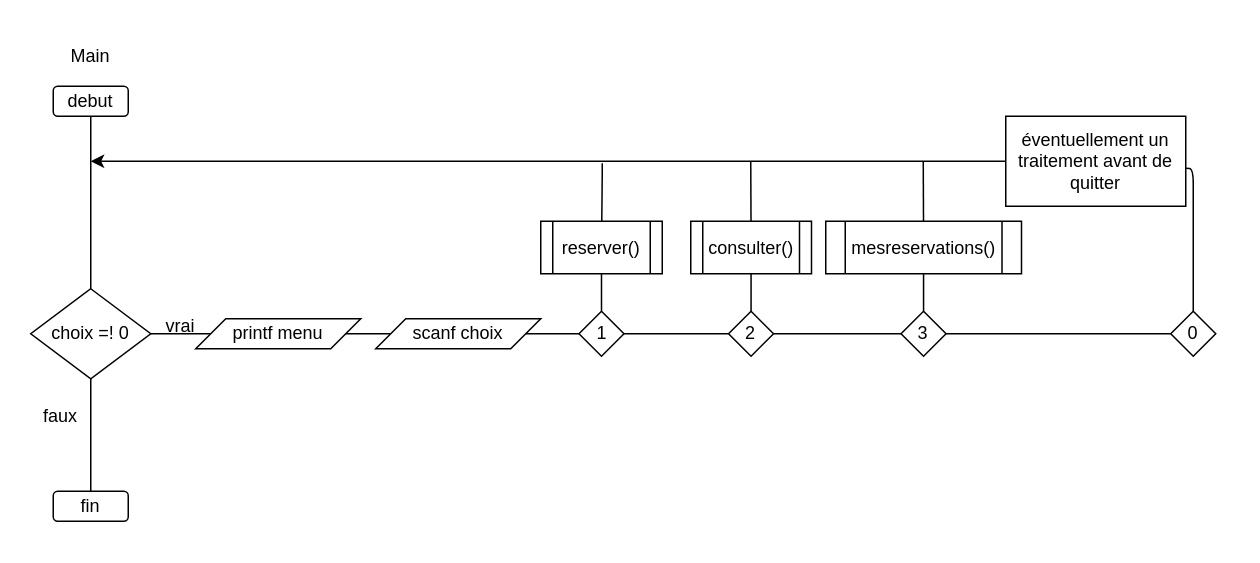
The draw.io diagram page "main" (1 of 3) of diagrammes/main.drawio in Ropzt/reservation, before the edit. Source tidied: cells renumbered, new cells numbered last; positions are measured from the earlier drawing's top-left corner, leaving out a move shared by most shapes. Both pictures are drawn from the tidied source at 150%, with x=0, y=0 at pixel (30, 40).
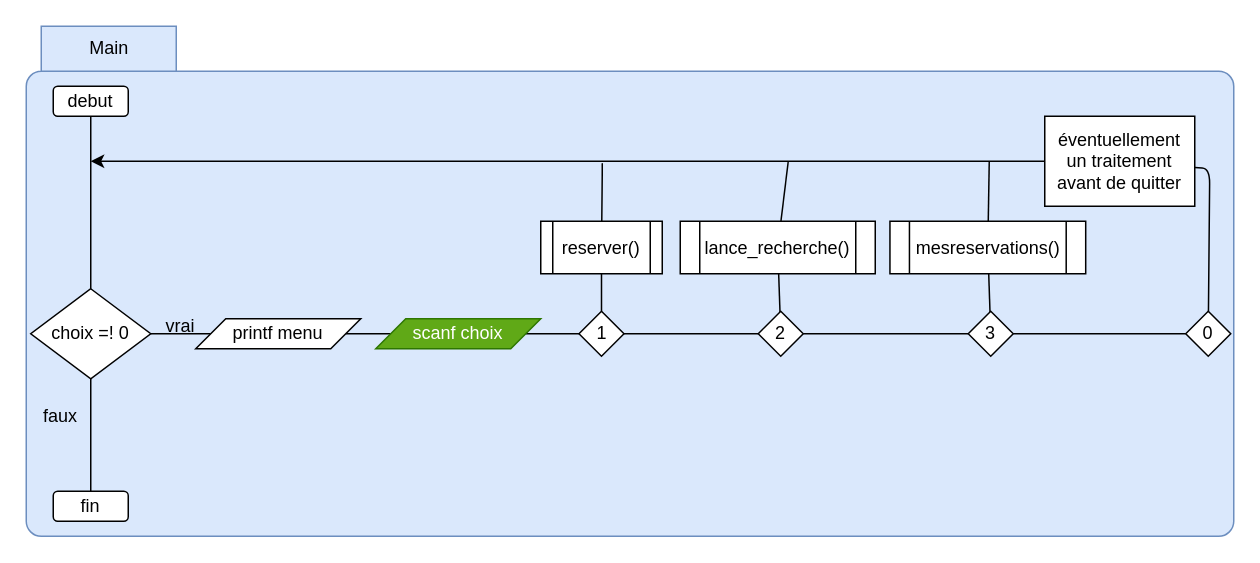
After the change.

The change refers to these unchanged cells:
```xml
<mxCell id="18" value="reserver()" style="shape=process;whiteSpace=wrap;html=1;backgroundOutline=1;" parent="1" vertex="1">
  <mxGeometry x="340" y="120" width="81" height="35" as="geometry" />
</mxCell>
```

Change to the diagram source:
```diff
@@
+    <mxCell id="4" value="Main" style="shape=folder;align=center;verticalAlign=middle;fontStyle=0;tabWidth=100;tabHeight=30;tabPosition=left;html=1;boundedLbl=1;labelInHeader=1;rounded=1;absoluteArcSize=1;arcSize=10;fillColor=#dae8fc;strokeColor=#6c8ebf;" parent="1" vertex="1">
+      <mxGeometry x="-3" y="-10" width="805" height="340" as="geometry" />
+    </mxCell>
@@
-    <mxCell id="4" value="Main" style="text;html=1;strokeColor=none;fillColor=none;align=center;verticalAlign=middle;whiteSpace=wrap;rounded=0;" parent="1" vertex="1">
-      <mxGeometry x="20" width="40" height="20" as="geometry" />
-    </mxCell>
@@
-    <mxCell id="14" value="scanf choix" style="shape=parallelogram;perimeter=parallelogramPerimeter;whiteSpace=wrap;html=1;fixedSize=1;" parent="1" vertex="1">
+    <mxCell id="14" value="scanf choix" style="shape=parallelogram;perimeter=parallelogramPerimeter;whiteSpace=wrap;html=1;fixedSize=1;fillColor=#60a917;strokeColor=#2D7600;fontColor=#ffffff;" parent="1" vertex="1">
       <mxGeometry x="230" y="185" width="110" height="20" as="geometry" />
     </mxCell>
@@
     <mxCell id="16" value="2" style="rhombus;whiteSpace=wrap;html=1;" parent="1" vertex="1">
-      <mxGeometry x="465.2" y="180" width="30" height="30" as="geometry" />
+      <mxGeometry x="485" y="180" width="30" height="30" as="geometry" />
     </mxCell>
@@
-    <mxCell id="20" value="consulter()" style="shape=process;whiteSpace=wrap;html=1;backgroundOutline=1;" parent="1" vertex="1">
-      <mxGeometry x="440" y="120" width="80.5" height="35" as="geometry" />
-    </mxCell>
-    <mxCell id="21" style="endArrow=none;html=1;" parent="1" edge="1" source="20" target="16">
-      <mxGeometry relative="1" as="geometry" />
-    </mxCell>
+    <mxCell id="34" value="lance_recherche()" style="shape=process;whiteSpace=wrap;html=1;backgroundOutline=1;" parent="1" vertex="1">
+      <mxGeometry x="433" y="120" width="130" height="35" as="geometry" />
+    </mxCell>
+    <mxCell id="35" style="endArrow=none;html=1;" parent="1" edge="1" source="34" target="16">
+      <mxGeometry relative="1" as="geometry" />
+    </mxCell>
     <mxCell id="22" value="3" style="rhombus;whiteSpace=wrap;html=1;" parent="1" vertex="1">
-      <mxGeometry x="580.2" y="180" width="30" height="30" as="geometry" />
+      <mxGeometry x="625" y="180" width="30" height="30" as="geometry" />
     </mxCell>
@@
     <mxCell id="24" value="mesreservations()" style="shape=process;whiteSpace=wrap;html=1;backgroundOutline=1;" parent="1" vertex="1">
-      <mxGeometry x="530" y="120" width="130.5" height="35" as="geometry" />
+      <mxGeometry x="572.8" y="120" width="130.5" height="35" as="geometry" />
     </mxCell>
@@
     <mxCell id="26" value="0" style="rhombus;whiteSpace=wrap;html=1;" parent="1" vertex="1">
-      <mxGeometry x="760" y="180" width="30" height="30" as="geometry" />
+      <mxGeometry x="770" y="180" width="30" height="30" as="geometry" />
     </mxCell>
@@
     <mxCell id="28" style="endArrow=none;html=1;" parent="1" edge="1" source="29" target="26">
       <mxGeometry relative="1" as="geometry">
         <Array as="points">
-          <mxPoint x="775" y="85" />
+          <mxPoint x="786" y="85" />
         </Array>
       </mxGeometry>
     </mxCell>
     <mxCell id="29" value="éventuellement un traitement avant de quitter" style="rounded=0;whiteSpace=wrap;html=1;" parent="1" vertex="1">
-      <mxGeometry x="650" y="50" width="120" height="60" as="geometry" />
+      <mxGeometry x="676" y="50" width="100" height="60" as="geometry" />
     </mxCell>
-    <mxCell id="30" style="endArrow=none;html=1;startArrow=classic;startFill=1;" parent="1" edge="1" target="29">
-      <mxGeometry relative="1" as="geometry">
-        <mxPoint x="40" y="80" as="sourcePoint" />
-        <Array as="points">
-          <mxPoint x="380" y="80" />
-        </Array>
-      </mxGeometry>
-    </mxCell>
-    <mxCell id="31" style="endArrow=none;html=1;" parent="1" edge="1" source="18">
-      <mxGeometry relative="1" as="geometry">
-        <mxPoint x="381" y="90" as="targetPoint" />
-        <Array as="points">
-          <mxPoint x="381" y="90" />
-          <mxPoint x="381" y="80" />
-        </Array>
-      </mxGeometry>
-    </mxCell>
-    <mxCell id="32" style="endArrow=none;html=1;" parent="1" edge="1" source="20">
-      <mxGeometry relative="1" as="geometry">
-        <mxPoint x="480" y="80" as="targetPoint" />
-      </mxGeometry>
-    </mxCell>
-    <mxCell id="33" style="endArrow=none;html=1;" parent="1" edge="1" target="24">
-      <mxGeometry relative="1" as="geometry">
-        <mxPoint x="595" y="80" as="sourcePoint" />
-      </mxGeometry>
-    </mxCell>
+    <mxCell id="36" style="endArrow=none;html=1;startArrow=classic;startFill=1;" parent="1" edge="1" target="29">
+      <mxGeometry relative="1" as="geometry">
+        <mxPoint x="40" y="80" as="sourcePoint" />
+        <Array as="points">
+          <mxPoint x="380" y="80" />
+        </Array>
+      </mxGeometry>
+    </mxCell>
+    <mxCell id="37" style="endArrow=none;html=1;" parent="1" edge="1" source="18">
+      <mxGeometry relative="1" as="geometry">
+        <mxPoint x="381" y="90" as="targetPoint" />
+        <Array as="points">
+          <mxPoint x="381" y="90" />
+          <mxPoint x="381" y="80" />
+        </Array>
+      </mxGeometry>
+    </mxCell>
+    <mxCell id="38" style="endArrow=none;html=1;" parent="1" edge="1" source="34">
+      <mxGeometry relative="1" as="geometry">
+        <mxPoint x="505" y="80" as="targetPoint" />
+      </mxGeometry>
+    </mxCell>
+    <mxCell id="39" style="endArrow=none;html=1;" parent="1" edge="1" target="24">
+      <mxGeometry relative="1" as="geometry">
+        <mxPoint x="639" y="80" as="sourcePoint" />
+      </mxGeometry>
+    </mxCell>
```
